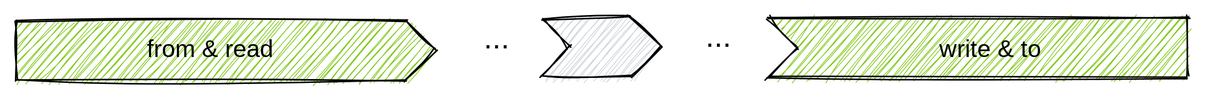
Before: web/docs/understand/language/operator-logical.excalidraw.svg, a diagram exported from Excalidraw (tenzir/tenzir). Source tidied: one line per element, renumbered; positions are measured from the earlier drawing's top-left corner, leaving out a move shared by most shapes. Its diagram source:
```json
{"id": 0, "type": "line", "strokeColor": "#000000", "backgroundColor": "#82c91e", "fillStyle": "hachure", "strokeWidth": 1, "roughness": 1, "x": 501, "y": 1, "width": 280, "height": 40, "points": [[0, 0], [20, 20], [0, 40], [280, 40], [280, 0], [0, 0]]}
{"id": 1, "type": "line", "strokeColor": "#000000", "backgroundColor": "#82c91e", "fillStyle": "hachure", "strokeWidth": 1, "roughness": 1, "x": 0, "y": 3, "width": 280, "height": 40, "points": [[0, 0], [0, 40], [260, 40], [280, 20], [260, 0], [0, 0]]}
{"id": 2, "type": "text", "text": "from & read", "strokeColor": "#000000", "backgroundColor": "#ced4da", "fillStyle": "hachure", "strokeWidth": 1, "roughness": 1, "fontSize": 16, "fontFamily": 3, "textAlign": "center", "x": 77, "y": 11, "width": 105, "height": 20}
{"id": 3, "type": "text", "text": "write & to", "strokeColor": "#000000", "backgroundColor": "#ced4da", "fillStyle": "hachure", "strokeWidth": 1, "roughness": 1, "fontSize": 16, "fontFamily": 3, "textAlign": "center", "x": 601, "y": 11, "width": 96, "height": 20}
{"id": 4, "type": "line", "strokeColor": "#000000", "backgroundColor": "#ced4da", "fillStyle": "hachure", "strokeWidth": 1, "roughness": 1, "x": 351, "y": 2, "width": 80, "height": 41, "points": [[0, 0], [18, 18], [-1, 39], [59, 39], [79, 19], [58, -2], [0, 0]]}
{"id": 5, "type": "text", "text": "...", "strokeColor": "#000000", "backgroundColor": "#ced4da", "fillStyle": "cross-hatch", "strokeWidth": 1, "strokeStyle": "dashed", "roughness": 1, "fontSize": 20, "fontFamily": 1, "textAlign": "center", "x": 311, "y": 3, "width": 18, "height": 25}
{"id": 6, "type": "text", "text": "...", "strokeColor": "#000000", "backgroundColor": "#ced4da", "fillStyle": "cross-hatch", "strokeWidth": 1, "strokeStyle": "dashed", "roughness": 1, "fontSize": 20, "fontFamily": 1, "textAlign": "center", "x": 459, "y": 2, "width": 18, "height": 25}
```
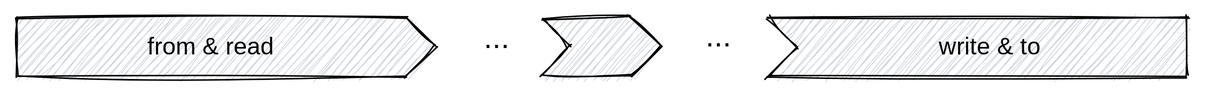
After the commit.

The edit, as a diff of the source:
```diff
@@ -1,7 +1,7 @@
-{"id": 0, "type": "line", "strokeColor": "#000000", "backgroundColor": "#82c91e", "fillStyle": "hachure", "strokeWidth": 1, "roughness": 1, "x": 501, "y": 1, "width": 280, "height": 40, "points": [[0, 0], [20, 20], [0, 40], [280, 40], [280, 0], [0, 0]]}
+{"id": 0, "type": "line", "strokeColor": "#000000", "backgroundColor": "#ced4da", "fillStyle": "hachure", "strokeWidth": 1, "roughness": 1, "x": 501, "y": 1, "width": 280, "height": 40, "points": [[0, 0], [20, 20], [0, 40], [280, 40], [280, 0], [0, 0]]}
-{"id": 1, "type": "line", "strokeColor": "#000000", "backgroundColor": "#82c91e", "fillStyle": "hachure", "strokeWidth": 1, "roughness": 1, "x": 0, "y": 3, "width": 280, "height": 40, "points": [[0, 0], [0, 40], [260, 40], [280, 20], [260, 0], [0, 0]]}
+{"id": 1, "type": "line", "strokeColor": "#000000", "backgroundColor": "#ced4da", "fillStyle": "hachure", "strokeWidth": 1, "roughness": 1, "x": 0, "y": 1, "width": 280, "height": 40, "points": [[0, 0], [0, 40], [260, 40], [280, 20], [260, 0], [0, 0]]}
-{"id": 2, "type": "text", "text": "from & read", "strokeColor": "#000000", "backgroundColor": "#ced4da", "fillStyle": "hachure", "strokeWidth": 1, "roughness": 1, "fontSize": 16, "fontFamily": 3, "textAlign": "center", "x": 77, "y": 11, "width": 105, "height": 20}
+{"id": 2, "type": "text", "text": "from & read", "strokeColor": "#000000", "backgroundColor": "#ced4da", "fillStyle": "hachure", "strokeWidth": 1, "roughness": 1, "fontSize": 16, "fontFamily": 3, "textAlign": "center", "x": 78, "y": 11, "width": 103, "height": 20}
-{"id": 3, "type": "text", "text": "write & to", "strokeColor": "#000000", "backgroundColor": "#ced4da", "fillStyle": "hachure", "strokeWidth": 1, "roughness": 1, "fontSize": 16, "fontFamily": 3, "textAlign": "center", "x": 601, "y": 11, "width": 96, "height": 20}
+{"id": 3, "type": "text", "text": "write & to", "strokeColor": "#000000", "backgroundColor": "#ced4da", "fillStyle": "hachure", "strokeWidth": 1, "roughness": 1, "fontSize": 16, "fontFamily": 3, "textAlign": "center", "x": 602, "y": 11, "width": 94, "height": 20}
 {"id": 4, "type": "line", "strokeColor": "#000000", "backgroundColor": "#ced4da", "fillStyle": "hachure", "strokeWidth": 1, "roughness": 1, "x": 351, "y": 2, "width": 80, "height": 41, "points": [[0, 0], [18, 18], [-1, 39], [59, 39], [79, 19], [58, -2], [0, 0]]}
-{"id": 5, "type": "text", "text": "...", "strokeColor": "#000000", "backgroundColor": "#ced4da", "fillStyle": "cross-hatch", "strokeWidth": 1, "strokeStyle": "dashed", "roughness": 1, "fontSize": 20, "fontFamily": 1, "textAlign": "center", "x": 311, "y": 3, "width": 18, "height": 25}
+{"id": 5, "type": "text", "text": "...", "strokeColor": "#000000", "backgroundColor": "#ced4da", "fillStyle": "cross-hatch", "strokeWidth": 1, "strokeStyle": "dashed", "roughness": 1, "fontSize": 20, "fontFamily": 1, "textAlign": "center", "x": 312, "y": 3, "width": 16, "height": 25}
-{"id": 6, "type": "text", "text": "...", "strokeColor": "#000000", "backgroundColor": "#ced4da", "fillStyle": "cross-hatch", "strokeWidth": 1, "strokeStyle": "dashed", "roughness": 1, "fontSize": 20, "fontFamily": 1, "textAlign": "center", "x": 459, "y": 2, "width": 18, "height": 25}
+{"id": 6, "type": "text", "text": "...", "strokeColor": "#000000", "backgroundColor": "#ced4da", "fillStyle": "cross-hatch", "strokeWidth": 1, "strokeStyle": "dashed", "roughness": 1, "fontSize": 20, "fontFamily": 1, "textAlign": "center", "x": 460, "y": 2, "width": 16, "height": 25}
```
